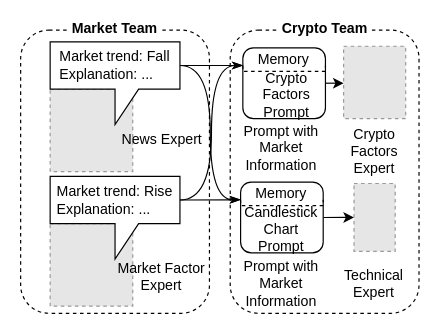
Before: diagrams/intergroup.drawio in lyc0603/multi-agent, a draw.io diagram. Source tidied: cells renumbered, new cells numbered last; positions are measured from the earlier drawing's top-left corner, leaving out a move shared by most shapes. Both pictures are drawn from the tidied source at 118%, with x=0, y=0 at pixel (20, 22). Pictures stored in the file or linked from it are replaced by grey dashed boxes.
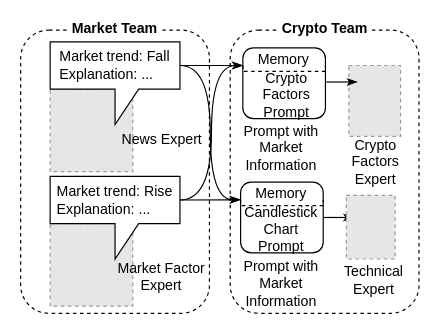
The same page after the edit.

Unchanged cells that the change refers to:
```xml
<mxCell id="21" style="rounded=1;whiteSpace=wrap;html=1;" parent="1" vertex="1">
  <mxGeometry x="188.3" y="21" width="70" height="60" as="geometry" />
</mxCell>
<mxCell id="25" style="rounded=1;whiteSpace=wrap;html=1;" parent="1" vertex="1">
  <mxGeometry x="186.4" y="134.8" width="70" height="60" as="geometry" />
</mxCell>
```

The edit, as a diff of the source:
```diff
@@
-    <mxCell id="14" style="fillColor=#E6E6E6;strokeColor=#999999;dashed=1;verticalLabelPosition=bottom;labelBackgroundColor=default;verticalAlign=top;" parent="1" vertex="1">
-      <mxGeometry x="282.5" y="136" width="34.9" height="57.5" as="geometry" />
-    </mxCell>
-    <mxCell id="15" style="fillColor=#E6E6E6;strokeColor=#999999;dashed=1;verticalLabelPosition=bottom;labelBackgroundColor=default;verticalAlign=top;" parent="1" vertex="1">
-      <mxGeometry x="273.7" y="19.7" width="52.6" height="61.3" as="geometry" />
-    </mxCell>
     <mxCell id="16" value="Crypto Factors Expert" style="text;html=1;strokeColor=none;fillColor=none;align=center;verticalAlign=middle;whiteSpace=wrap;rounded=0;" parent="1" vertex="1">
-      <mxGeometry x="262.8" y="96" width="73.5" height="25" as="geometry" />
+      <mxGeometry x="264.1" y="105" width="73.5" height="25" as="geometry" />
     </mxCell>
     <mxCell id="17" value="Technical Expert" style="text;html=1;strokeColor=none;fillColor=none;align=center;verticalAlign=middle;whiteSpace=wrap;rounded=0;" parent="1" vertex="1">
-      <mxGeometry x="256.4" y="208.5" width="87.2" height="25" as="geometry" />
+      <mxGeometry x="255.9" y="205" width="87.2" height="25" as="geometry" />
     </mxCell>
@@
-    <mxCell id="20" style="edgeStyle=orthogonalEdgeStyle;rounded=0;jettySize=auto;html=1;exitX=1;exitY=0.5;exitDx=0;exitDy=0;entryX=0;entryY=0.5;entryDx=0;entryDy=0;" parent="1" edge="1" source="21" target="15">
-      <mxGeometry relative="1" as="geometry" />
-    </mxCell>
@@
-    <mxCell id="24" style="edgeStyle=orthogonalEdgeStyle;rounded=0;jettySize=auto;html=1;exitX=1;exitY=0.5;exitDx=0;exitDy=0;entryX=0;entryY=0.5;entryDx=0;entryDy=0;" parent="1" edge="1" source="25" target="14">
-      <mxGeometry relative="1" as="geometry" />
+    <mxCell id="24" style="edgeStyle=orthogonalEdgeStyle;rounded=0;jettySize=auto;html=1;exitX=1;exitY=0.5;exitDx=0;exitDy=0;entryX=0;entryY=0.5;entryDx=0;entryDy=0;endArrow=classicThin;endFill=1;" parent="1" edge="1" source="25">
+      <mxGeometry relative="1" as="geometry">
+        <mxPoint x="282.5" y="164.8" as="targetPoint" />
+      </mxGeometry>
     </mxCell>
@@
+    <mxCell id="32" style="fillColor=#E6E6E6;strokeColor=#999999;dashed=1;verticalLabelPosition=bottom;labelBackgroundColor=default;verticalAlign=top;" parent="1" vertex="1">
+      <mxGeometry x="276" y="146" width="41.4" height="54" as="geometry" />
+    </mxCell>
+    <mxCell id="33" style="fillColor=#E6E6E6;strokeColor=#999999;dashed=1;verticalLabelPosition=bottom;labelBackgroundColor=default;verticalAlign=top;" parent="1" vertex="1">
+      <mxGeometry x="278.1" y="36" width="43.9" height="60" as="geometry" />
+    </mxCell>
+    <mxCell id="34" style="edgeStyle=orthogonalEdgeStyle;rounded=0;orthogonalLoop=1;jettySize=auto;html=1;exitX=1;exitY=0.5;exitDx=0;exitDy=0;entryX=0;entryY=0.5;entryDx=0;entryDy=0;endArrow=classicThin;endFill=1;" parent="1" edge="1">
+      <mxGeometry relative="1" as="geometry">
+        <mxPoint x="259" y="50" as="sourcePoint" />
+        <mxPoint x="285.5" y="49.8" as="targetPoint" />
+      </mxGeometry>
+    </mxCell>
```
